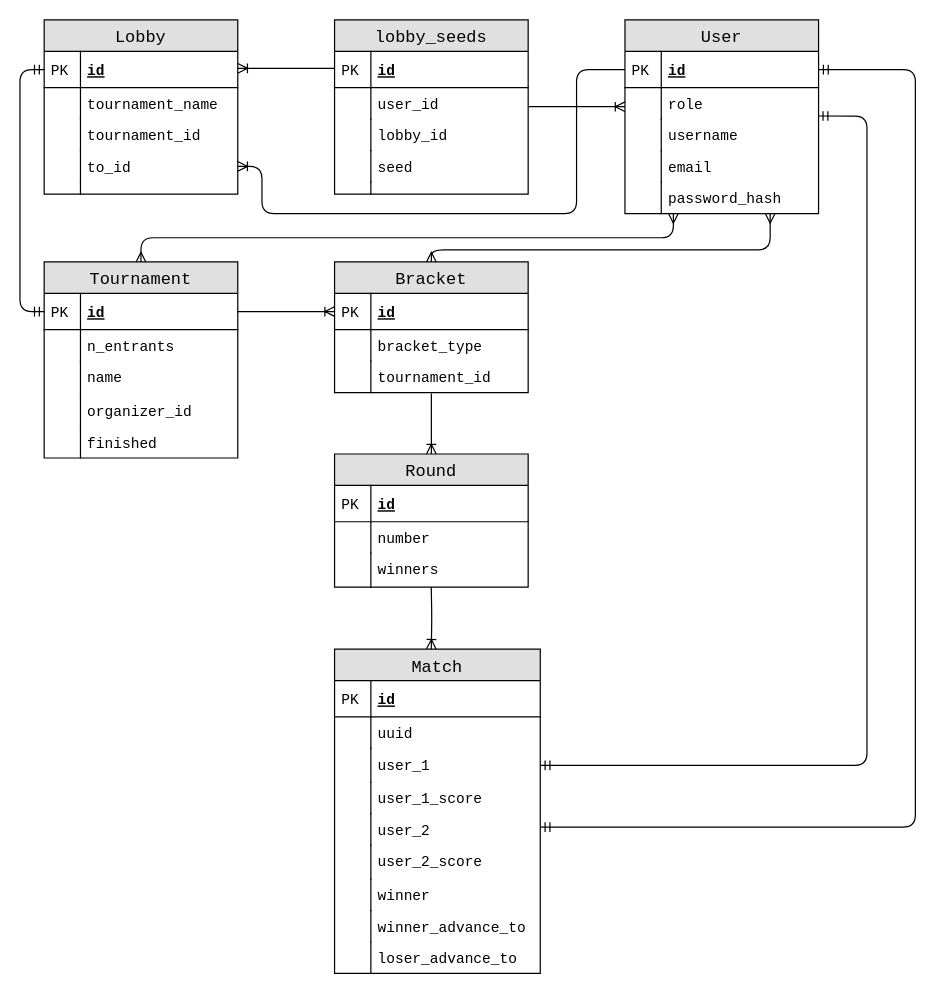
The draw.io diagram deliverables/d3/diagrams/er.drawio in atrostan/brackit, before the edit. Source tidied: cells renumbered, new cells numbered last; positions are measured from the earlier drawing's top-left corner, leaving out a move shared by most shapes. Both pictures are drawn from the tidied source at 121%, with x=0, y=0 at pixel (19, 19).
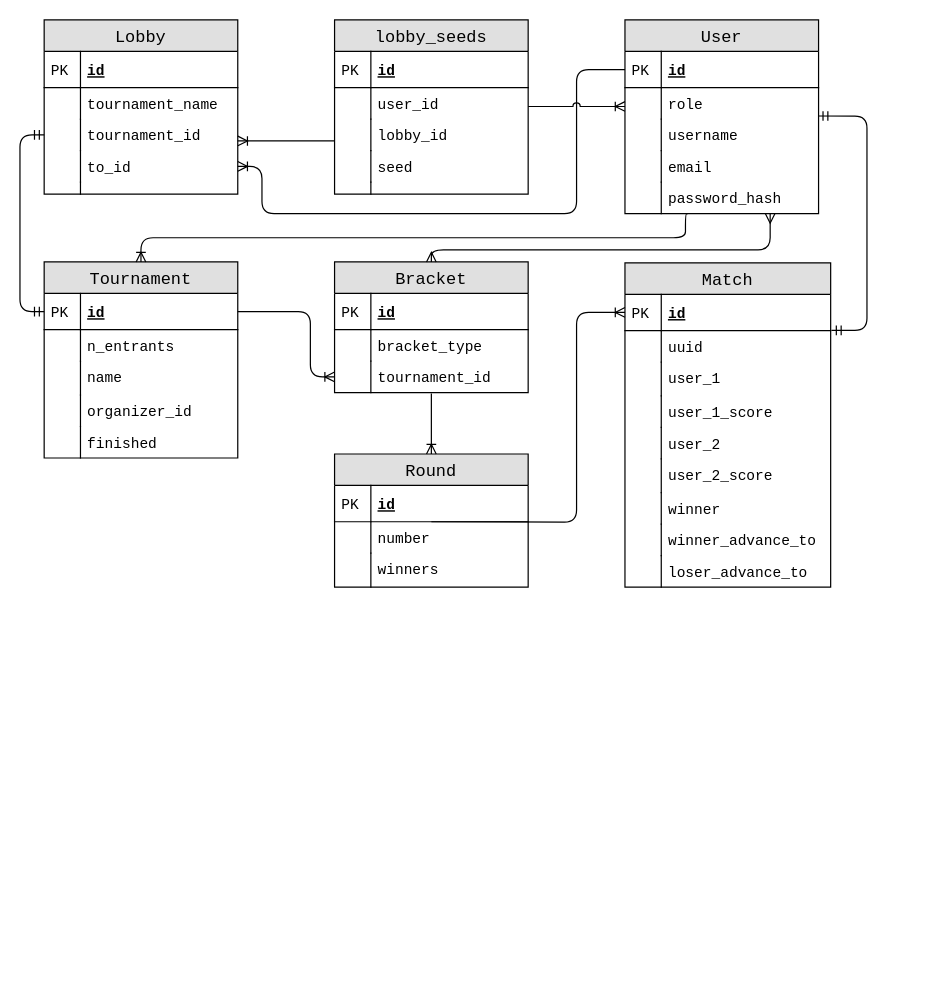
The same page after the edit.

Commit message (it also covers changes not shown here):
added oop architecture style desc

The change refers to these unchanged cells:
```xml
<mxCell id="3" value="id" style="shape=partialRectangle;top=0;left=0;right=0;bottom=1;align=left;verticalAlign=middle;fillColor=none;spacingLeft=34;spacingRight=4;overflow=hidden;points=[[0,0.5],[1,0.5]];portConstraint=eastwest;fontStyle=5;fontSize=12;fontFamily=Courier New;" parent="2" vertex="1">
  <mxGeometry y="26" width="160" height="30" as="geometry" />
</mxCell>
<mxCell id="7" value="tournament_id" style="shape=partialRectangle;top=0;left=0;right=0;bottom=0;align=left;verticalAlign=top;fillColor=none;spacingLeft=34;spacingRight=4;overflow=hidden;points=[[0,0.5],[1,0.5]];portConstraint=eastwest;fontSize=12;fontFamily=Courier New;" parent="2" vertex="1">
  <mxGeometry y="82" width="160" height="26" as="geometry" />
</mxCell>
<mxCell id="14" value="id" style="shape=partialRectangle;top=0;left=0;right=0;bottom=1;align=left;verticalAlign=middle;fillColor=none;spacingLeft=34;spacingRight=4;overflow=hidden;points=[[0,0.5],[1,0.5]];portConstraint=eastwest;fontStyle=5;fontSize=12;fontFamily=Courier New;" parent="13" vertex="1">
  <mxGeometry y="26" width="160" height="30" as="geometry" />
</mxCell>
<mxCell id="16" value="role" style="shape=partialRectangle;top=0;left=0;right=0;bottom=0;align=left;verticalAlign=top;fillColor=none;spacingLeft=34;spacingRight=4;overflow=hidden;points=[[0,0.5],[1,0.5]];portConstraint=eastwest;fontSize=12;fontFamily=Courier New;" parent="13" vertex="1">
  <mxGeometry y="56" width="160" height="26" as="geometry" />
</mxCell>
<mxCell id="22" value="password_hash" style="shape=partialRectangle;top=0;left=0;right=0;bottom=0;align=left;verticalAlign=top;fillColor=none;spacingLeft=34;spacingRight=4;overflow=hidden;points=[[0,0.5],[1,0.5]];portConstraint=eastwest;fontSize=12;fontFamily=Courier New;" parent="13" vertex="1">
  <mxGeometry y="134" width="160" height="26" as="geometry" />
</mxCell>
<mxCell id="37" value="Tournament" style="swimlane;fontStyle=0;horizontal=1;startSize=26;fillColor=#e0e0e0;swimlaneFillColor=#ffffff;align=center;fontSize=14;fontFamily=Courier New;" parent="1" vertex="1">
  <mxGeometry x="20" y="200" width="160" height="162" as="geometry" />
</mxCell>
<mxCell id="38" value="id" style="shape=partialRectangle;top=0;left=0;right=0;bottom=1;align=left;verticalAlign=middle;fillColor=none;spacingLeft=34;spacingRight=4;overflow=hidden;points=[[0,0.5],[1,0.5]];portConstraint=eastwest;fontStyle=5;fontSize=12;fontFamily=Courier New;" parent="37" vertex="1">
  <mxGeometry y="26" width="160" height="30" as="geometry" />
</mxCell>
<mxCell id="52" value="id" style="shape=partialRectangle;top=0;left=0;right=0;bottom=1;align=left;verticalAlign=middle;fillColor=none;spacingLeft=34;spacingRight=4;overflow=hidden;points=[[0,0.5],[1,0.5]];portConstraint=eastwest;fontStyle=5;fontSize=12;fontFamily=Courier New;" parent="51" vertex="1">
  <mxGeometry y="26" width="160" height="30" as="geometry" />
</mxCell>
<mxCell id="61" value="id" style="shape=partialRectangle;top=0;left=0;right=0;bottom=1;align=left;verticalAlign=middle;fillColor=none;spacingLeft=34;spacingRight=4;overflow=hidden;points=[[0,0.5],[1,0.5]];portConstraint=eastwest;fontStyle=5;fontSize=12;fontFamily=Courier New;" parent="60" vertex="1">
  <mxGeometry y="26" width="160" height="30" as="geometry" />
</mxCell>
<mxCell id="65" value="tournament_id" style="shape=partialRectangle;top=0;left=0;right=0;bottom=0;align=left;verticalAlign=top;fillColor=none;spacingLeft=34;spacingRight=4;overflow=hidden;points=[[0,0.5],[1,0.5]];portConstraint=eastwest;fontSize=12;fontFamily=Courier New;" parent="60" vertex="1">
  <mxGeometry y="82" width="160" height="26" as="geometry" />
</mxCell>
<mxCell id="70" value="id" style="shape=partialRectangle;top=0;left=0;right=0;bottom=1;align=left;verticalAlign=middle;fillColor=none;spacingLeft=34;spacingRight=4;overflow=hidden;points=[[0,0.5],[1,0.5]];portConstraint=eastwest;fontStyle=5;fontSize=12;fontFamily=Courier New;" parent="69" vertex="1">
  <mxGeometry y="26" width="170" height="30" as="geometry" />
</mxCell>
<mxCell id="72" value="uuid" style="shape=partialRectangle;top=0;left=0;right=0;bottom=0;align=left;verticalAlign=top;fillColor=none;spacingLeft=34;spacingRight=4;overflow=hidden;points=[[0,0.5],[1,0.5]];portConstraint=eastwest;fontSize=12;fontFamily=Courier New;" parent="69" vertex="1">
  <mxGeometry y="56" width="170" height="26" as="geometry" />
</mxCell>
<mxCell id="74" value="user_1" style="shape=partialRectangle;top=0;left=0;right=0;bottom=0;align=left;verticalAlign=top;fillColor=none;spacingLeft=34;spacingRight=4;overflow=hidden;points=[[0,0.5],[1,0.5]];portConstraint=eastwest;fontSize=12;fontFamily=Courier New;" parent="69" vertex="1">
  <mxGeometry y="82" width="170" height="28" as="geometry" />
</mxCell>
```

What changed in the source:
```diff
@@
-    <mxCell id="50" style="edgeStyle=orthogonalEdgeStyle;fontSize=12;html=1;endArrow=ERmandOne;startArrow=ERmandOne;entryX=0;entryY=0.5;entryDx=0;entryDy=0;exitX=0;exitY=0.5;exitDx=0;exitDy=0;jumpStyle=arc;" parent="1" edge="1" source="38" target="3">
+    <mxCell id="50" style="edgeStyle=orthogonalEdgeStyle;fontSize=12;html=1;endArrow=ERmandOne;startArrow=ERmandOne;exitX=0;exitY=0.5;exitDx=0;exitDy=0;jumpStyle=arc;entryX=0;entryY=0.5;entryDx=0;entryDy=0;" parent="1" edge="1" source="38" target="7">
       <mxGeometry relative="1" as="geometry">
         <Array as="points">
           <mxPoint y="241" />
-          <mxPoint y="41" />
+          <mxPoint y="95" />
         </Array>
       </mxGeometry>
     </mxCell>
@@
     <mxCell id="69" value="Match" style="swimlane;fontStyle=0;horizontal=1;startSize=26;fillColor=#e0e0e0;swimlaneFillColor=#ffffff;align=center;fontSize=14;fontFamily=Courier New;" parent="1" vertex="1">
-      <mxGeometry x="260" y="520" width="170" height="268" as="geometry" />
+      <mxGeometry x="500" y="200.7" width="170" height="268" as="geometry" />
     </mxCell>
@@
-    <mxCell id="90" style="edgeStyle=orthogonalEdgeStyle;fontSize=12;html=1;endArrow=ERoneToMany;exitX=1;exitY=0.5;exitDx=0;exitDy=0;entryX=0;entryY=0.5;entryDx=0;entryDy=0;" parent="1" edge="1" source="38" target="61">
-      <mxGeometry relative="1" as="geometry" />
+    <mxCell id="90" style="edgeStyle=orthogonalEdgeStyle;fontSize=12;html=1;endArrow=ERoneToMany;exitX=1;exitY=0.5;exitDx=0;exitDy=0;entryX=0;entryY=0.5;entryDx=0;entryDy=0;jumpStyle=arc;" parent="1" edge="1" source="38" target="65">
+      <mxGeometry relative="1" as="geometry">
+        <Array as="points">
+          <mxPoint x="240" y="241" />
+          <mxPoint x="240" y="295" />
+        </Array>
+      </mxGeometry>
     </mxCell>
@@
-    <mxCell id="92" style="edgeStyle=orthogonalEdgeStyle;fontSize=12;html=1;endArrow=ERoneToMany;exitX=1;exitY=0.5;exitDx=0;exitDy=0;entryX=0;entryY=0.5;entryDx=0;entryDy=0;" parent="1" edge="1">
+    <mxCell id="92" style="edgeStyle=orthogonalEdgeStyle;fontSize=12;html=1;endArrow=ERoneToMany;exitX=1;exitY=0.5;exitDx=0;exitDy=0;entryX=0;entryY=0.5;entryDx=0;entryDy=0;jumpStyle=arc;" parent="1" edge="1">
       <mxGeometry relative="1" as="geometry">
-        <mxPoint x="420" y="71.7" as="sourcePoint" />
-        <mxPoint x="500" y="71.7" as="targetPoint" />
+        <mxPoint x="420" y="71.5" as="sourcePoint" />
+        <mxPoint x="500" y="71.5" as="targetPoint" />
         <Array as="points">
-          <mxPoint x="480" y="71.7" />
-          <mxPoint x="480" y="71.7" />
+          <mxPoint x="480" y="71.5" />
+          <mxPoint x="480" y="71.5" />
         </Array>
       </mxGeometry>
     </mxCell>
     <mxCell id="93" style="fontSize=12;html=1;endArrow=ERoneToMany;edgeStyle=orthogonalEdgeStyle;" parent="1" edge="1">
       <mxGeometry relative="1" as="geometry">
-        <mxPoint x="260" y="40" as="sourcePoint" />
-        <mxPoint x="180" y="40" as="targetPoint" />
+        <mxPoint x="260" y="100" as="sourcePoint" />
+        <mxPoint x="180" y="100" as="targetPoint" />
       </mxGeometry>
     </mxCell>
@@
-    <mxCell id="95" style="edgeStyle=orthogonalEdgeStyle;fontSize=12;html=1;endArrow=ERoneToMany;entryX=0.47;entryY=0;entryDx=0;entryDy=0;entryPerimeter=0;" parent="1" edge="1" target="69">
+    <mxCell id="95" style="edgeStyle=orthogonalEdgeStyle;fontSize=12;html=1;endArrow=ERoneToMany;entryX=0;entryY=0.5;entryDx=0;entryDy=0;" parent="1" edge="1" source="52" target="70">
       <mxGeometry relative="1" as="geometry">
-        <mxPoint x="339.9" y="468.7" as="sourcePoint" />
+        <Array as="points">
+          <mxPoint x="460" y="415" />
+          <mxPoint x="460" y="242" />
+        </Array>
       </mxGeometry>
     </mxCell>
-    <mxCell id="96" style="edgeStyle=orthogonalEdgeStyle;fontSize=12;html=1;endArrow=ERmany;startArrow=ERmany;exitX=0.5;exitY=0;exitDx=0;exitDy=0;" parent="1" edge="1" source="37">
-      <mxGeometry relative="1" as="geometry">
-        <mxPoint x="540" y="160" as="targetPoint" />
-        <Array as="points">
-          <mxPoint x="100" y="180" />
-          <mxPoint x="540" y="180" />
-        </Array>
-      </mxGeometry>
-    </mxCell>
@@
-    <mxCell id="98" style="edgeStyle=orthogonalEdgeStyle;fontSize=12;html=1;endArrow=ERmandOne;startArrow=ERmandOne;exitX=1;exitY=0.5;exitDx=0;exitDy=0;entryX=0.998;entryY=0.899;entryDx=0;entryDy=0;entryPerimeter=0;" parent="1" edge="1" source="74" target="16">
+    <mxCell id="98" style="edgeStyle=orthogonalEdgeStyle;fontSize=12;html=1;endArrow=ERmandOne;startArrow=ERmandOne;entryX=0.998;entryY=0.899;entryDx=0;entryDy=0;entryPerimeter=0;exitX=1.004;exitY=-0.006;exitDx=0;exitDy=0;exitPerimeter=0;" parent="1" edge="1" source="72" target="16">
       <mxGeometry relative="1" as="geometry">
         <Array as="points">
-          <mxPoint x="700" y="616" />
+          <mxPoint x="700" y="257" />
           <mxPoint x="700" y="79" />
         </Array>
       </mxGeometry>
     </mxCell>
-    <mxCell id="99" style="edgeStyle=orthogonalEdgeStyle;fontSize=12;html=1;endArrow=ERmandOne;startArrow=ERmandOne;entryX=1;entryY=0.5;entryDx=0;entryDy=0;" parent="1" edge="1" target="14">
-      <mxGeometry relative="1" as="geometry">
-        <mxPoint x="430" y="667" as="sourcePoint" />
-        <Array as="points">
-          <mxPoint x="740" y="667" />
-          <mxPoint x="740" y="41" />
-        </Array>
-      </mxGeometry>
-    </mxCell>
+    <mxCell id="100" style="edgeStyle=orthogonalEdgeStyle;fontSize=12;html=1;endArrow=ERoneToMany;entryX=0.5;entryY=0;entryDx=0;entryDy=0;exitX=0.325;exitY=1;exitDx=0;exitDy=0;exitPerimeter=0;" parent="1" edge="1" source="22" target="37">
+      <mxGeometry relative="1" as="geometry">
+        <Array as="points">
+          <mxPoint x="550" y="160" />
+          <mxPoint x="550" y="180" />
+          <mxPoint x="100" y="180" />
+        </Array>
+      </mxGeometry>
+    </mxCell>
```
